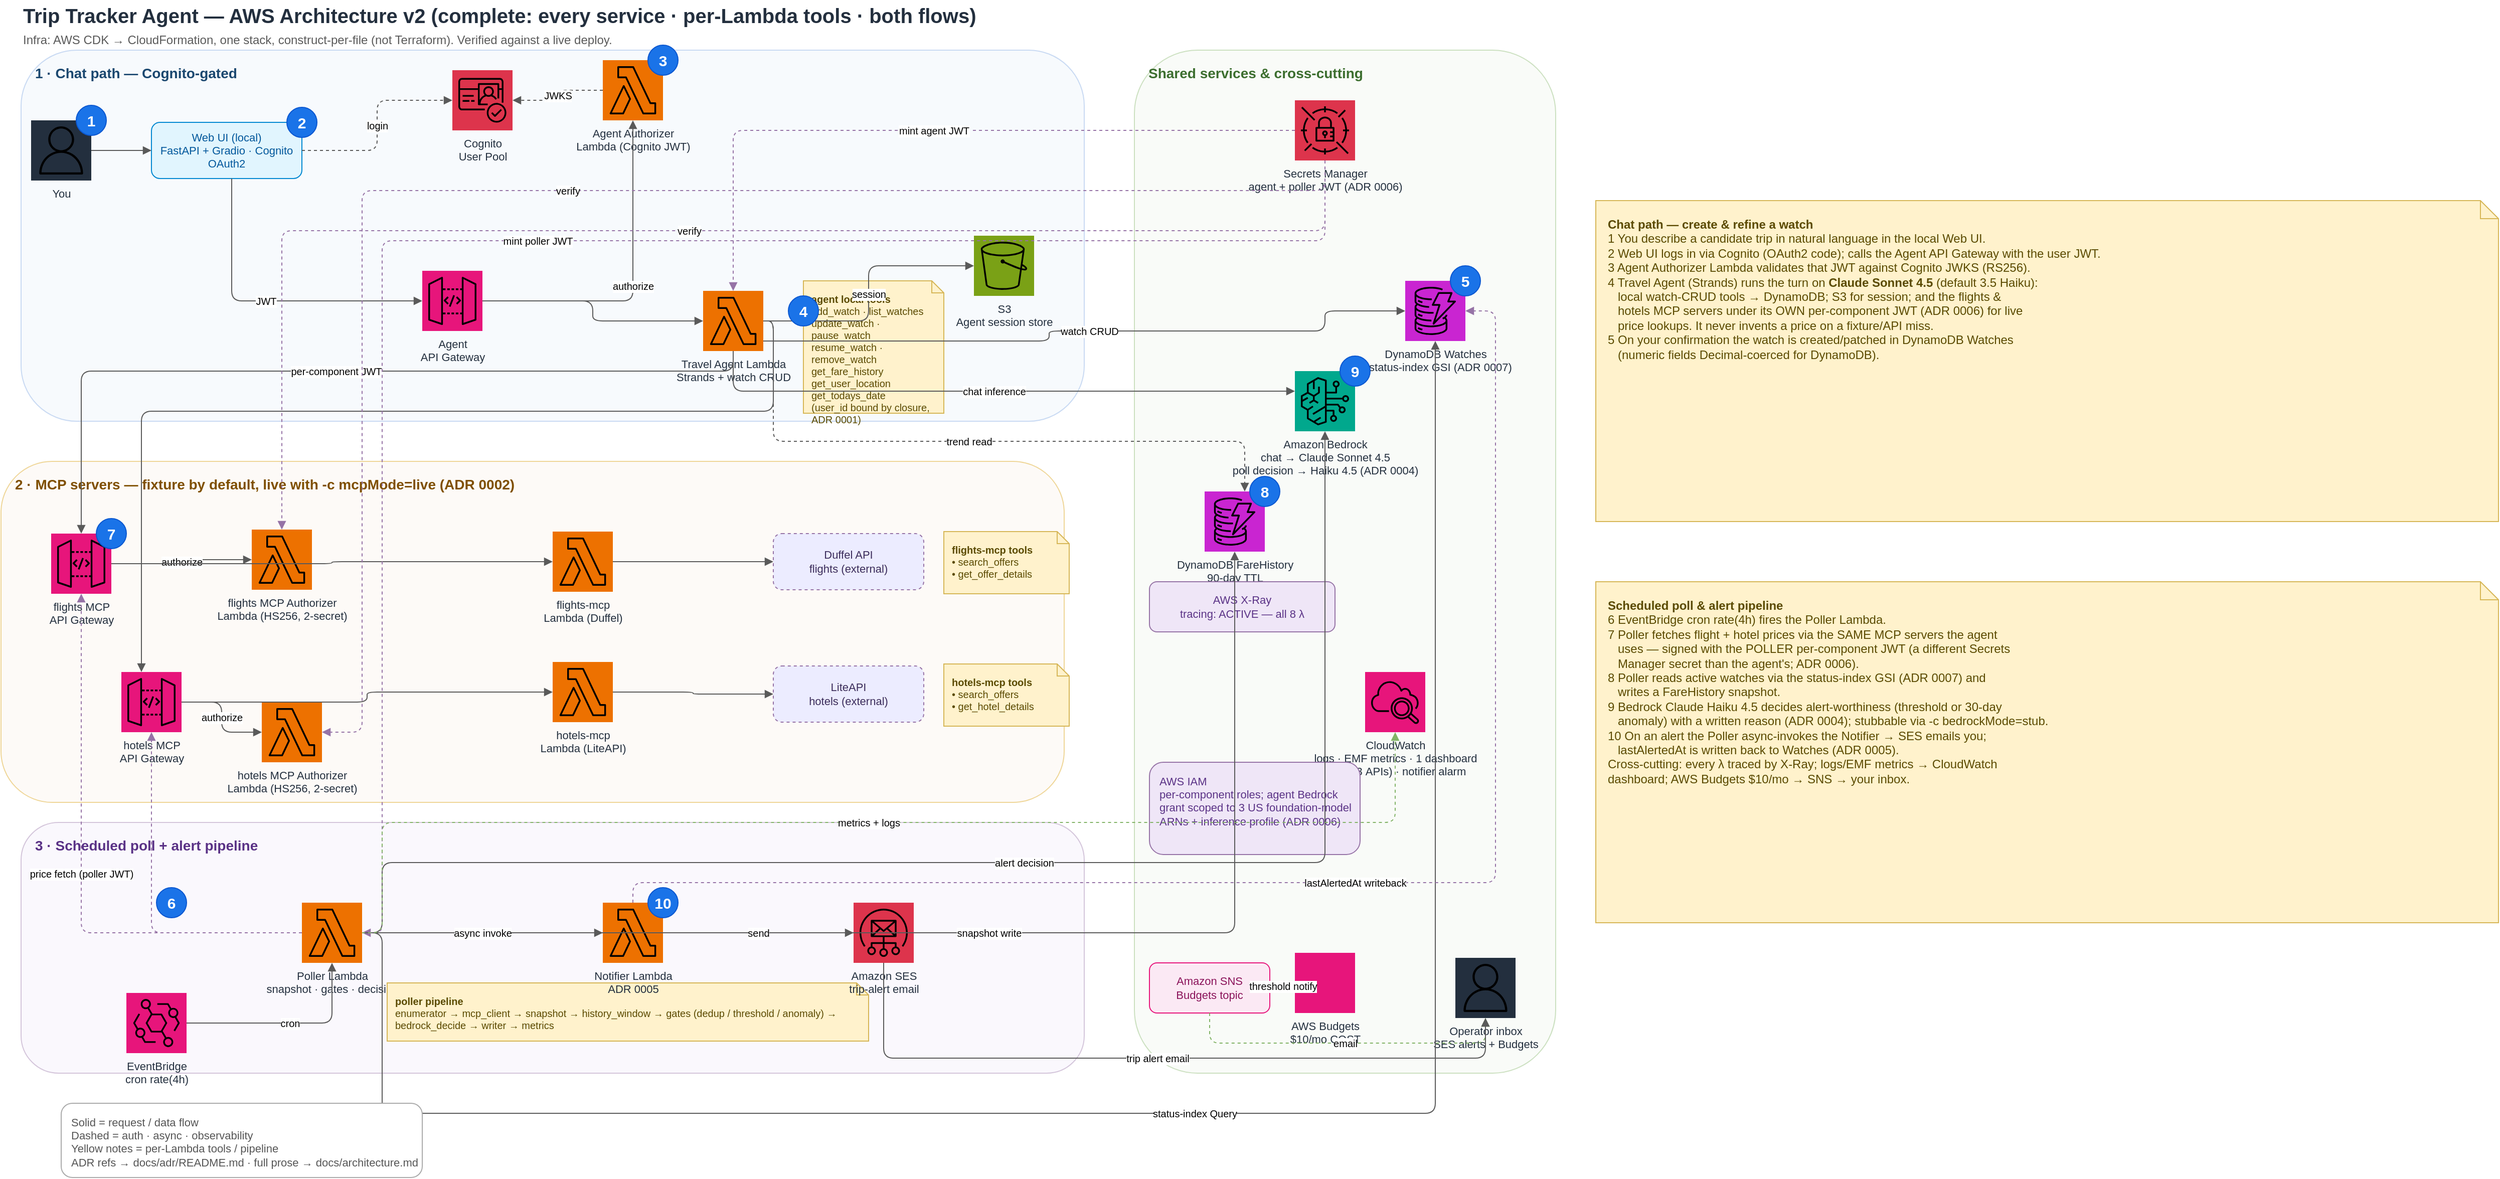
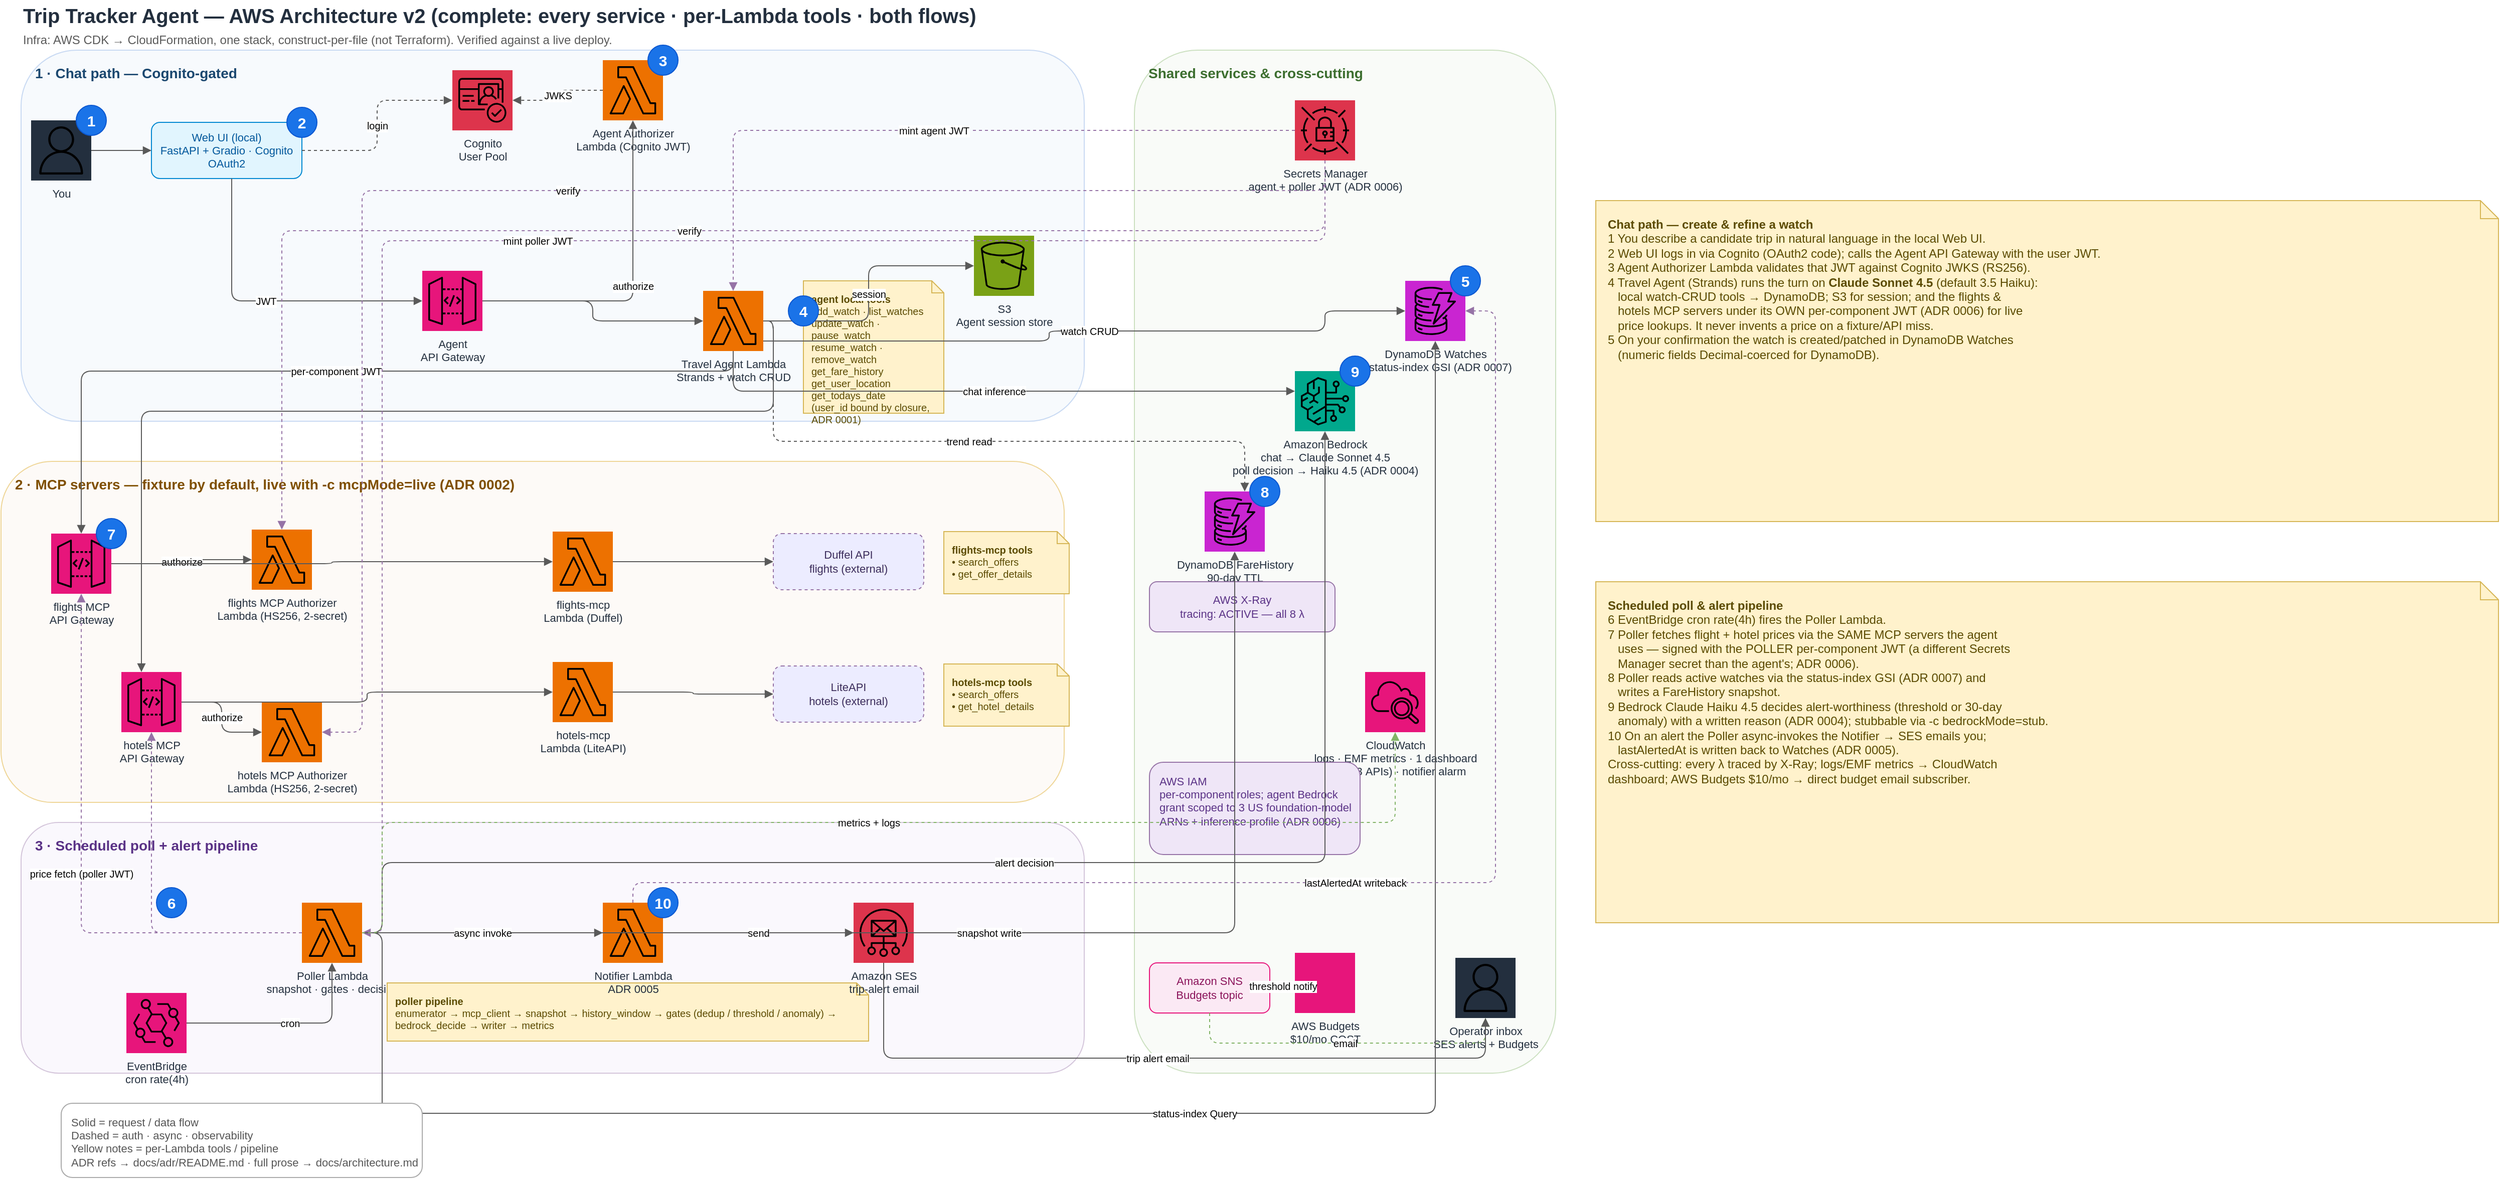
<mxfile host="Electron" agent="trip-tracker docs" version="29.0.3">
  <diagram id="trip-tracker-arch-v2" name="Trip Tracker Architecture v2">
    <mxGraphModel dx="2066" dy="1202" grid="1" gridSize="10" guides="1" tooltips="1" connect="1" arrows="1" fold="1" page="1" pageScale="1" pageWidth="1700" pageHeight="1480" math="0" shadow="0">
      <root>
        <mxCell id="0" />
        <mxCell id="1" parent="0" />
        <mxCell id="title" value="Trip Tracker Agent — AWS Architecture v2 (complete: every service · per-Lambda tools · both flows)" style="text;html=1;align=left;verticalAlign=middle;fontSize=20;fontStyle=1;fontColor=#232F3E;" parent="1" vertex="1">
          <mxGeometry x="40" y="20" width="1300" height="30" as="geometry" />
        </mxCell>
        <mxCell id="iac" value="Infra: AWS CDK → CloudFormation, one stack, construct-per-file (not Terraform). Verified against a live deploy." style="text;html=1;align=left;verticalAlign=middle;fontSize=12;fontColor=#5A5A5A;" parent="1" vertex="1">
          <mxGeometry x="40" y="50" width="1000" height="20" as="geometry" />
        </mxCell>
        <mxCell id="lane_chat" value="1 · Chat path — Cognito-gated" style="rounded=1;whiteSpace=wrap;html=1;fillColor=#EAF3FB;strokeColor=#7EA6E0;verticalAlign=top;align=left;spacingLeft=12;spacingTop=8;fontStyle=1;fontColor=#1A476F;fontSize=14;opacity=40;" parent="1" vertex="1">
          <mxGeometry x="40" y="70" width="1060" height="370" as="geometry" />
        </mxCell>
        <mxCell id="lane_mcp" value="2 · MCP servers — fixture by default, live with -c mcpMode=live (ADR 0002)" style="rounded=1;whiteSpace=wrap;html=1;fillColor=#FBF3EA;strokeColor=#D79B00;verticalAlign=top;align=left;spacingLeft=12;spacingTop=8;fontStyle=1;fontColor=#7F4F00;fontSize=14;opacity=40;" parent="1" vertex="1">
          <mxGeometry x="20" y="480" width="1060" height="340" as="geometry" />
        </mxCell>
        <mxCell id="lane_poll" value="3 · Scheduled poll + alert pipeline" style="rounded=1;whiteSpace=wrap;html=1;fillColor=#F3EEF9;strokeColor=#9673A6;verticalAlign=top;align=left;spacingLeft=12;spacingTop=8;fontStyle=1;fontColor=#5A3286;fontSize=14;opacity=40;" parent="1" vertex="1">
          <mxGeometry x="40" y="840" width="1060" height="250" as="geometry" />
        </mxCell>
        <mxCell id="lane_shared" value="Shared services &amp; cross-cutting" style="rounded=1;whiteSpace=wrap;html=1;fillColor=#EFF6EE;strokeColor=#82B366;verticalAlign=top;align=left;spacingLeft=12;spacingTop=8;fontStyle=1;fontColor=#3C6E2F;fontSize=14;opacity=40;" parent="1" vertex="1">
          <mxGeometry x="1150" y="70" width="420" height="1020" as="geometry" />
        </mxCell>
        <mxCell id="user" value="You" style="sketch=0;outlineConnect=0;fontColor=#232F3E;gradientColor=none;fillColor=#232F3E;strokeColor=none;dashed=0;verticalLabelPosition=bottom;verticalAlign=top;align=center;html=1;fontSize=11;aspect=fixed;shape=mxgraph.aws4.resourceIcon;resIcon=mxgraph.aws4.user;" parent="1" vertex="1">
          <mxGeometry x="50" y="140" width="60" height="60" as="geometry" />
        </mxCell>
        <mxCell id="webui" value="Web UI (local)&#xa;FastAPI + Gradio · Cognito OAuth2" style="rounded=1;whiteSpace=wrap;html=1;fillColor=#E1F5FE;strokeColor=#0288D1;fontColor=#01579B;fontSize=11;" parent="1" vertex="1">
          <mxGeometry x="170" y="142" width="150" height="56" as="geometry" />
        </mxCell>
        <mxCell id="cognito" value="Cognito&#xa;User Pool" style="sketch=0;outlineConnect=0;fontColor=#232F3E;gradientColor=none;fillColor=#DD344C;strokeColor=none;dashed=0;verticalLabelPosition=bottom;verticalAlign=top;align=center;html=1;fontSize=11;aspect=fixed;shape=mxgraph.aws4.resourceIcon;resIcon=mxgraph.aws4.cognito;" parent="1" vertex="1">
          <mxGeometry x="470" y="90" width="60" height="60" as="geometry" />
        </mxCell>
        <mxCell id="agentapi" value="Agent&#xa;API Gateway" style="sketch=0;outlineConnect=0;fontColor=#232F3E;gradientColor=none;fillColor=#E7157B;strokeColor=none;dashed=0;verticalLabelPosition=bottom;verticalAlign=top;align=center;html=1;fontSize=11;aspect=fixed;shape=mxgraph.aws4.resourceIcon;resIcon=mxgraph.aws4.api_gateway;" parent="1" vertex="1">
          <mxGeometry x="440" y="290" width="60" height="60" as="geometry" />
        </mxCell>
        <mxCell id="agentauthz" value="Agent Authorizer&#xa;Lambda (Cognito JWT)" style="sketch=0;outlineConnect=0;fontColor=#232F3E;gradientColor=none;fillColor=#ED7100;strokeColor=none;dashed=0;verticalLabelPosition=bottom;verticalAlign=top;align=center;html=1;fontSize=11;aspect=fixed;shape=mxgraph.aws4.resourceIcon;resIcon=mxgraph.aws4.lambda;" parent="1" vertex="1">
          <mxGeometry x="620" y="80" width="60" height="60" as="geometry" />
        </mxCell>
        <mxCell id="agent" value="Travel Agent Lambda&#xa;Strands + watch CRUD" style="sketch=0;outlineConnect=0;fontColor=#232F3E;gradientColor=none;fillColor=#ED7100;strokeColor=none;dashed=0;verticalLabelPosition=bottom;verticalAlign=top;align=center;html=1;fontSize=11;aspect=fixed;shape=mxgraph.aws4.resourceIcon;resIcon=mxgraph.aws4.lambda;" parent="1" vertex="1">
          <mxGeometry x="720" y="310" width="60" height="60" as="geometry" />
        </mxCell>
        <mxCell id="tools_agent" value="&lt;b&gt;agent local tools&lt;/b&gt;&#xa;add_watch · list_watches&#xa;update_watch · pause_watch&#xa;resume_watch · remove_watch&#xa;get_fare_history&#xa;get_user_location&#xa;get_todays_date&#xa;(user_id bound by closure, ADR 0001)" style="shape=note;whiteSpace=wrap;html=1;fillColor=#FFF2CC;strokeColor=#D6B656;align=left;verticalAlign=top;spacing=8;fontSize=10;fontColor=#5A4A00;size=12;" parent="1" vertex="1">
          <mxGeometry x="820" y="300" width="140" height="132" as="geometry" />
        </mxCell>
        <mxCell id="s3" value="S3&#xa;Agent session store" style="sketch=0;outlineConnect=0;fontColor=#232F3E;gradientColor=none;fillColor=#7AA116;strokeColor=none;dashed=0;verticalLabelPosition=bottom;verticalAlign=top;align=center;html=1;fontSize=11;aspect=fixed;shape=mxgraph.aws4.resourceIcon;resIcon=mxgraph.aws4.s3;" parent="1" vertex="1">
          <mxGeometry x="990" y="255" width="60" height="60" as="geometry" />
        </mxCell>
        <mxCell id="fapi" value="flights MCP&#xa;API Gateway" style="sketch=0;outlineConnect=0;fontColor=#232F3E;gradientColor=none;fillColor=#E7157B;strokeColor=none;dashed=0;verticalLabelPosition=bottom;verticalAlign=top;align=center;html=1;fontSize=11;aspect=fixed;shape=mxgraph.aws4.resourceIcon;resIcon=mxgraph.aws4.api_gateway;" parent="1" vertex="1">
          <mxGeometry x="70" y="552" width="60" height="60" as="geometry" />
        </mxCell>
        <mxCell id="fauthz" value="flights MCP Authorizer&#xa;Lambda (HS256, 2-secret)" style="sketch=0;outlineConnect=0;fontColor=#232F3E;gradientColor=none;fillColor=#ED7100;strokeColor=none;dashed=0;verticalLabelPosition=bottom;verticalAlign=top;align=center;html=1;fontSize=11;aspect=fixed;shape=mxgraph.aws4.resourceIcon;resIcon=mxgraph.aws4.lambda;" parent="1" vertex="1">
          <mxGeometry x="270" y="548" width="60" height="60" as="geometry" />
        </mxCell>
        <mxCell id="fmcp" value="flights-mcp&#xa;Lambda (Duffel)" style="sketch=0;outlineConnect=0;fontColor=#232F3E;gradientColor=none;fillColor=#ED7100;strokeColor=none;dashed=0;verticalLabelPosition=bottom;verticalAlign=top;align=center;html=1;fontSize=11;aspect=fixed;shape=mxgraph.aws4.resourceIcon;resIcon=mxgraph.aws4.lambda;" parent="1" vertex="1">
          <mxGeometry x="570" y="550" width="60" height="60" as="geometry" />
        </mxCell>
        <mxCell id="duffel" value="Duffel API&#xa;flights (external)" style="rounded=1;whiteSpace=wrap;html=1;fillColor=#ECECFF;strokeColor=#9673A6;fontColor=#3B2C5A;dashed=1;fontSize=11;" parent="1" vertex="1">
          <mxGeometry x="790" y="552" width="150" height="56" as="geometry" />
        </mxCell>
        <mxCell id="tools_flights" value="&lt;b&gt;flights-mcp tools&lt;/b&gt;&#xa;• search_offers&#xa;• get_offer_details" style="shape=note;whiteSpace=wrap;html=1;fillColor=#FFF2CC;strokeColor=#D6B656;align=left;verticalAlign=top;spacing=8;fontSize=10;fontColor=#5A4A00;size=12;" parent="1" vertex="1">
          <mxGeometry x="960" y="550" width="125" height="62" as="geometry" />
        </mxCell>
        <mxCell id="hapi" value="hotels MCP&#xa;API Gateway" style="sketch=0;outlineConnect=0;fontColor=#232F3E;gradientColor=none;fillColor=#E7157B;strokeColor=none;dashed=0;verticalLabelPosition=bottom;verticalAlign=top;align=center;html=1;fontSize=11;aspect=fixed;shape=mxgraph.aws4.resourceIcon;resIcon=mxgraph.aws4.api_gateway;" parent="1" vertex="1">
          <mxGeometry x="140" y="690" width="60" height="60" as="geometry" />
        </mxCell>
        <mxCell id="hauthz" value="hotels MCP Authorizer&#xa;Lambda (HS256, 2-secret)" style="sketch=0;outlineConnect=0;fontColor=#232F3E;gradientColor=none;fillColor=#ED7100;strokeColor=none;dashed=0;verticalLabelPosition=bottom;verticalAlign=top;align=center;html=1;fontSize=11;aspect=fixed;shape=mxgraph.aws4.resourceIcon;resIcon=mxgraph.aws4.lambda;" parent="1" vertex="1">
          <mxGeometry x="280" y="720" width="60" height="60" as="geometry" />
        </mxCell>
        <mxCell id="hmcp" value="hotels-mcp&#xa;Lambda (LiteAPI)" style="sketch=0;outlineConnect=0;fontColor=#232F3E;gradientColor=none;fillColor=#ED7100;strokeColor=none;dashed=0;verticalLabelPosition=bottom;verticalAlign=top;align=center;html=1;fontSize=11;aspect=fixed;shape=mxgraph.aws4.resourceIcon;resIcon=mxgraph.aws4.lambda;" parent="1" vertex="1">
          <mxGeometry x="570" y="680" width="60" height="60" as="geometry" />
        </mxCell>
        <mxCell id="liteapi" value="LiteAPI&#xa;hotels (external)" style="rounded=1;whiteSpace=wrap;html=1;fillColor=#ECECFF;strokeColor=#9673A6;fontColor=#3B2C5A;dashed=1;fontSize=11;" parent="1" vertex="1">
          <mxGeometry x="790" y="684" width="150" height="56" as="geometry" />
        </mxCell>
        <mxCell id="tools_hotels" value="&lt;b&gt;hotels-mcp tools&lt;/b&gt;&#xa;• search_offers&#xa;• get_hotel_details" style="shape=note;whiteSpace=wrap;html=1;fillColor=#FFF2CC;strokeColor=#D6B656;align=left;verticalAlign=top;spacing=8;fontSize=10;fontColor=#5A4A00;size=12;" parent="1" vertex="1">
          <mxGeometry x="960" y="682" width="125" height="62" as="geometry" />
        </mxCell>
        <mxCell id="eventbridge" value="EventBridge&#xa;cron rate(4h)" style="sketch=0;outlineConnect=0;fontColor=#232F3E;gradientColor=none;fillColor=#E7157B;strokeColor=none;dashed=0;verticalLabelPosition=bottom;verticalAlign=top;align=center;html=1;fontSize=11;aspect=fixed;shape=mxgraph.aws4.resourceIcon;resIcon=mxgraph.aws4.eventbridge;" parent="1" vertex="1">
          <mxGeometry x="145" y="1010" width="60" height="60" as="geometry" />
        </mxCell>
        <mxCell id="poller" value="Poller Lambda&#xa;snapshot · gates · decision" style="sketch=0;outlineConnect=0;fontColor=#232F3E;gradientColor=none;fillColor=#ED7100;strokeColor=none;dashed=0;verticalLabelPosition=bottom;verticalAlign=top;align=center;html=1;fontSize=11;aspect=fixed;shape=mxgraph.aws4.resourceIcon;resIcon=mxgraph.aws4.lambda;" parent="1" vertex="1">
          <mxGeometry x="320" y="920" width="60" height="60" as="geometry" />
        </mxCell>
        <mxCell id="tools_poller" value="&lt;b&gt;poller pipeline&lt;/b&gt;&#xa;enumerator → mcp_client → snapshot → history_window → gates (dedup / threshold / anomaly) → bedrock_decide → writer → metrics" style="shape=note;whiteSpace=wrap;html=1;fillColor=#FFF2CC;strokeColor=#D6B656;align=left;verticalAlign=top;spacing=8;fontSize=10;fontColor=#5A4A00;size=12;" parent="1" vertex="1">
          <mxGeometry x="405" y="1000" width="480" height="58" as="geometry" />
        </mxCell>
        <mxCell id="notifier" value="Notifier Lambda&#xa;ADR 0005" style="sketch=0;outlineConnect=0;fontColor=#232F3E;gradientColor=none;fillColor=#ED7100;strokeColor=none;dashed=0;verticalLabelPosition=bottom;verticalAlign=top;align=center;html=1;fontSize=11;aspect=fixed;shape=mxgraph.aws4.resourceIcon;resIcon=mxgraph.aws4.lambda;" parent="1" vertex="1">
          <mxGeometry x="620" y="920" width="60" height="60" as="geometry" />
        </mxCell>
        <mxCell id="ses" value="Amazon SES&#xa;trip-alert email" style="sketch=0;outlineConnect=0;fontColor=#232F3E;gradientColor=none;fillColor=#DD344C;strokeColor=none;dashed=0;verticalLabelPosition=bottom;verticalAlign=top;align=center;html=1;fontSize=11;aspect=fixed;shape=mxgraph.aws4.resourceIcon;resIcon=mxgraph.aws4.simple_email_service;" parent="1" vertex="1">
          <mxGeometry x="870" y="920" width="60" height="60" as="geometry" />
        </mxCell>
        <mxCell id="secrets" value="Secrets Manager&#xa;agent + poller JWT (ADR 0006)" style="sketch=0;outlineConnect=0;fontColor=#232F3E;gradientColor=none;fillColor=#DD344C;strokeColor=none;dashed=0;verticalLabelPosition=bottom;verticalAlign=top;align=center;html=1;fontSize=11;aspect=fixed;shape=mxgraph.aws4.resourceIcon;resIcon=mxgraph.aws4.secrets_manager;" parent="1" vertex="1">
          <mxGeometry x="1310" y="120" width="60" height="60" as="geometry" />
        </mxCell>
        <mxCell id="ddbw" value="DynamoDB Watches&#xa;+ status-index GSI (ADR 0007)" style="sketch=0;outlineConnect=0;fontColor=#232F3E;gradientColor=none;fillColor=#C925D1;strokeColor=none;dashed=0;verticalLabelPosition=bottom;verticalAlign=top;align=center;html=1;fontSize=11;aspect=fixed;shape=mxgraph.aws4.resourceIcon;resIcon=mxgraph.aws4.dynamodb;" parent="1" vertex="1">
          <mxGeometry x="1420" y="300" width="60" height="60" as="geometry" />
        </mxCell>
        <mxCell id="ddbf" value="DynamoDB FareHistory&#xa;90-day TTL" style="sketch=0;outlineConnect=0;fontColor=#232F3E;gradientColor=none;fillColor=#C925D1;strokeColor=none;dashed=0;verticalLabelPosition=bottom;verticalAlign=top;align=center;html=1;fontSize=11;aspect=fixed;shape=mxgraph.aws4.resourceIcon;resIcon=mxgraph.aws4.dynamodb;" parent="1" vertex="1">
          <mxGeometry x="1220" y="510" width="60" height="60" as="geometry" />
        </mxCell>
        <mxCell id="bedrock" value="Amazon Bedrock&#xa;chat → Claude Sonnet 4.5&#xa;poll decision → Haiku 4.5 (ADR 0004)" style="sketch=0;outlineConnect=0;fontColor=#232F3E;gradientColor=none;fillColor=#01A88D;strokeColor=none;dashed=0;verticalLabelPosition=bottom;verticalAlign=top;align=center;html=1;fontSize=11;aspect=fixed;shape=mxgraph.aws4.resourceIcon;resIcon=mxgraph.aws4.bedrock;" parent="1" vertex="1">
          <mxGeometry x="1310" y="390" width="60" height="60" as="geometry" />
        </mxCell>
        <mxCell id="cw" value="CloudWatch&#xa;logs · EMF metrics · 1 dashboard&#xa;(8 λ + 3 APIs) · notifier alarm" style="sketch=0;outlineConnect=0;fontColor=#232F3E;gradientColor=none;fillColor=#E7157B;strokeColor=none;dashed=0;verticalLabelPosition=bottom;verticalAlign=top;align=center;html=1;fontSize=11;aspect=fixed;shape=mxgraph.aws4.resourceIcon;resIcon=mxgraph.aws4.cloudwatch_2;" parent="1" vertex="1">
          <mxGeometry x="1380" y="690" width="60" height="60" as="geometry" />
        </mxCell>
        <mxCell id="xray" value="AWS X-Ray&#xa;tracing: ACTIVE — all 8 λ" style="rounded=1;whiteSpace=wrap;html=1;fillColor=#EFE6F7;strokeColor=#9673A6;fontColor=#5A3286;fontSize=11;" parent="1" vertex="1">
          <mxGeometry x="1165" y="600" width="185" height="50" as="geometry" />
        </mxCell>
        <mxCell id="iam" value="AWS IAM&#xa;per-component roles; agent Bedrock grant scoped to 3 US foundation-model ARNs + inference profile (ADR 0006)" style="rounded=1;whiteSpace=wrap;html=1;fillColor=#EFE6F7;strokeColor=#9673A6;fontColor=#5A3286;fontSize=11;align=left;spacingLeft=8;verticalAlign=top;spacingTop=6;" parent="1" vertex="1">
          <mxGeometry x="1165" y="780" width="210" height="92" as="geometry" />
        </mxCell>
        <mxCell id="budget" value="AWS Budgets&#xa;$10/mo COST" style="sketch=0;outlineConnect=0;fontColor=#232F3E;gradientColor=none;fillColor=#E7157B;strokeColor=none;dashed=0;verticalLabelPosition=bottom;verticalAlign=top;align=center;html=1;fontSize=11;aspect=fixed;shape=mxgraph.aws4.resourceIcon;resIcon=mxgraph.aws4.aws_budgets;" parent="1" vertex="1">
          <mxGeometry x="1310" y="970" width="60" height="60" as="geometry" />
        </mxCell>
        <mxCell id="sns" value="Amazon SNS&#xa;Budgets topic" style="rounded=1;whiteSpace=wrap;html=1;fillColor=#FBE9F4;strokeColor=#E7157B;fontColor=#8A1259;fontSize=11;" parent="1" vertex="1">
          <mxGeometry x="1165" y="980" width="120" height="50" as="geometry" />
        </mxCell>
        <mxCell id="inbox" value="Operator inbox&#xa;SES alerts + Budgets" style="sketch=0;outlineConnect=0;fontColor=#232F3E;gradientColor=none;fillColor=#232F3E;strokeColor=none;dashed=0;verticalLabelPosition=bottom;verticalAlign=top;align=center;html=1;fontSize=11;aspect=fixed;shape=mxgraph.aws4.resourceIcon;resIcon=mxgraph.aws4.user;" parent="1" vertex="1">
          <mxGeometry x="1470" y="975" width="60" height="60" as="geometry" />
        </mxCell>
        <mxCell id="e1" style="edgeStyle=orthogonalEdgeStyle;rounded=1;html=1;endArrow=block;strokeColor=#5A5A5A;" parent="1" source="user" target="webui" edge="1">
          <mxGeometry relative="1" as="geometry" />
        </mxCell>
        <mxCell id="e2" value="login" style="edgeStyle=orthogonalEdgeStyle;rounded=1;html=1;endArrow=block;dashed=1;fontSize=10;strokeColor=#5A5A5A;" parent="1" source="webui" target="cognito" edge="1">
          <mxGeometry relative="1" as="geometry" />
        </mxCell>
        <mxCell id="e3" value="JWT" style="edgeStyle=orthogonalEdgeStyle;rounded=1;html=1;endArrow=block;fontSize=10;strokeColor=#5A5A5A;" parent="1" source="webui" target="agentapi" edge="1">
          <mxGeometry relative="1" as="geometry">
            <Array as="points">
              <mxPoint x="250" y="320" />
            </Array>
          </mxGeometry>
        </mxCell>
        <mxCell id="e4" value="authorize" style="edgeStyle=orthogonalEdgeStyle;rounded=1;html=1;endArrow=block;fontSize=10;strokeColor=#5A5A5A;" parent="1" source="agentapi" target="agentauthz" edge="1">
          <mxGeometry relative="1" as="geometry" />
        </mxCell>
        <mxCell id="e5" value="JWKS" style="edgeStyle=orthogonalEdgeStyle;rounded=1;html=1;endArrow=block;dashed=1;fontSize=10;strokeColor=#5A5A5A;" parent="1" source="agentauthz" target="cognito" edge="1">
          <mxGeometry relative="1" as="geometry" />
        </mxCell>
        <mxCell id="e6" style="edgeStyle=orthogonalEdgeStyle;rounded=1;html=1;endArrow=block;strokeColor=#5A5A5A;" parent="1" source="agentapi" target="agent" edge="1">
          <mxGeometry relative="1" as="geometry" />
        </mxCell>
        <mxCell id="e7" value="chat inference" style="edgeStyle=orthogonalEdgeStyle;rounded=1;html=1;endArrow=block;fontSize=10;strokeColor=#5A5A5A;" parent="1" source="agent" target="bedrock" edge="1">
          <mxGeometry relative="1" as="geometry">
            <Array as="points">
              <mxPoint x="790" y="410" />
              <mxPoint x="1340" y="410" />
            </Array>
          </mxGeometry>
        </mxCell>
        <mxCell id="e8" value="session" style="edgeStyle=orthogonalEdgeStyle;rounded=1;html=1;endArrow=block;fontSize=10;strokeColor=#5A5A5A;" parent="1" source="agent" target="s3" edge="1">
          <mxGeometry relative="1" as="geometry" />
        </mxCell>
        <mxCell id="e9" value="watch CRUD" style="edgeStyle=orthogonalEdgeStyle;rounded=1;html=1;endArrow=block;fontSize=10;strokeColor=#5A5A5A;" parent="1" source="agent" target="ddbw" edge="1">
          <mxGeometry relative="1" as="geometry">
            <Array as="points">
              <mxPoint x="1065" y="360" />
              <mxPoint x="1065" y="350" />
              <mxPoint x="1340" y="350" />
              <mxPoint x="1340" y="330" />
            </Array>
          </mxGeometry>
        </mxCell>
        <mxCell id="e10" value="trend read" style="edgeStyle=orthogonalEdgeStyle;rounded=1;html=1;endArrow=block;dashed=1;fontSize=10;strokeColor=#5A5A5A;" parent="1" source="agent" target="ddbf" edge="1">
          <mxGeometry relative="1" as="geometry">
            <Array as="points">
              <mxPoint x="790" y="460" />
              <mxPoint x="1260" y="460" />
            </Array>
          </mxGeometry>
        </mxCell>
        <mxCell id="e11" value="mint agent JWT" style="edgeStyle=orthogonalEdgeStyle;rounded=1;html=1;endArrow=block;dashed=1;fontSize=10;strokeColor=#9673A6;" parent="1" source="secrets" target="agent" edge="1">
          <mxGeometry relative="1" as="geometry" />
        </mxCell>
        <mxCell id="e12" value="per-component JWT" style="edgeStyle=orthogonalEdgeStyle;rounded=1;html=1;endArrow=block;fontSize=10;strokeColor=#5A5A5A;" parent="1" source="agent" target="fapi" edge="1">
          <mxGeometry relative="1" as="geometry">
            <Array as="points">
              <mxPoint x="100" y="390" />
            </Array>
          </mxGeometry>
        </mxCell>
        <mxCell id="e13" style="edgeStyle=orthogonalEdgeStyle;rounded=1;html=1;endArrow=block;strokeColor=#5A5A5A;" parent="1" source="agent" target="hapi" edge="1">
          <mxGeometry relative="1" as="geometry">
            <Array as="points">
              <mxPoint x="790" y="430" />
              <mxPoint x="160" y="430" />
            </Array>
          </mxGeometry>
        </mxCell>
        <mxCell id="e14" value="authorize" style="edgeStyle=orthogonalEdgeStyle;rounded=1;html=1;endArrow=block;fontSize=10;strokeColor=#5A5A5A;" parent="1" source="fapi" target="fauthz" edge="1">
          <mxGeometry relative="1" as="geometry" />
        </mxCell>
        <mxCell id="e15" style="edgeStyle=orthogonalEdgeStyle;rounded=1;html=1;endArrow=block;strokeColor=#5A5A5A;" parent="1" source="fapi" target="fmcp" edge="1">
          <mxGeometry relative="1" as="geometry" />
        </mxCell>
        <mxCell id="e16" style="edgeStyle=orthogonalEdgeStyle;rounded=1;html=1;endArrow=block;strokeColor=#5A5A5A;" parent="1" source="fmcp" target="duffel" edge="1">
          <mxGeometry relative="1" as="geometry" />
        </mxCell>
        <mxCell id="e17" value="authorize" style="edgeStyle=orthogonalEdgeStyle;rounded=1;html=1;endArrow=block;fontSize=10;strokeColor=#5A5A5A;" parent="1" source="hapi" target="hauthz" edge="1">
          <mxGeometry relative="1" as="geometry" />
        </mxCell>
        <mxCell id="e18" style="edgeStyle=orthogonalEdgeStyle;rounded=1;html=1;endArrow=block;strokeColor=#5A5A5A;" parent="1" source="hapi" target="hmcp" edge="1">
          <mxGeometry relative="1" as="geometry" />
        </mxCell>
        <mxCell id="e19" style="edgeStyle=orthogonalEdgeStyle;rounded=1;html=1;endArrow=block;strokeColor=#5A5A5A;" parent="1" source="hmcp" target="liteapi" edge="1">
          <mxGeometry relative="1" as="geometry" />
        </mxCell>
        <mxCell id="e20" value="verify" style="edgeStyle=orthogonalEdgeStyle;rounded=1;html=1;endArrow=block;dashed=1;fontSize=10;strokeColor=#9673A6;" parent="1" source="secrets" target="fauthz" edge="1">
          <mxGeometry relative="1" as="geometry">
            <Array as="points">
              <mxPoint x="1340" y="250" />
              <mxPoint x="300" y="250" />
            </Array>
          </mxGeometry>
        </mxCell>
        <mxCell id="e21" value="verify" style="edgeStyle=orthogonalEdgeStyle;rounded=1;html=1;endArrow=block;dashed=1;fontSize=10;strokeColor=#9673A6;" parent="1" source="secrets" target="hauthz" edge="1">
          <mxGeometry relative="1" as="geometry">
            <Array as="points">
              <mxPoint x="380" y="210" />
            </Array>
          </mxGeometry>
        </mxCell>
        <mxCell id="e22" value="cron" style="edgeStyle=orthogonalEdgeStyle;rounded=1;html=1;endArrow=block;fontSize=10;strokeColor=#5A5A5A;" parent="1" source="eventbridge" target="poller" edge="1">
          <mxGeometry relative="1" as="geometry" />
        </mxCell>
        <mxCell id="e23" value="price fetch (poller JWT)" style="edgeStyle=orthogonalEdgeStyle;rounded=1;html=1;endArrow=block;dashed=1;fontSize=10;strokeColor=#9673A6;" parent="1" source="poller" target="fapi" edge="1">
          <mxGeometry relative="1" as="geometry" />
        </mxCell>
        <mxCell id="e24" style="edgeStyle=orthogonalEdgeStyle;rounded=1;html=1;endArrow=block;dashed=1;strokeColor=#9673A6;" parent="1" source="poller" target="hapi" edge="1">
          <mxGeometry relative="1" as="geometry" />
        </mxCell>
        <mxCell id="e25" value="status-index Query" style="edgeStyle=orthogonalEdgeStyle;rounded=1;html=1;endArrow=block;fontSize=10;strokeColor=#5A5A5A;" parent="1" source="poller" target="ddbw" edge="1">
          <mxGeometry relative="1" as="geometry">
            <Array as="points">
              <mxPoint x="400" y="1130" />
              <mxPoint x="1450" y="1130" />
            </Array>
          </mxGeometry>
        </mxCell>
        <mxCell id="e26" value="snapshot write" style="edgeStyle=orthogonalEdgeStyle;rounded=1;html=1;endArrow=block;fontSize=10;strokeColor=#5A5A5A;" parent="1" source="poller" target="ddbf" edge="1">
          <mxGeometry relative="1" as="geometry" />
        </mxCell>
        <mxCell id="e27" value="alert decision" style="edgeStyle=orthogonalEdgeStyle;rounded=1;html=1;endArrow=block;fontSize=10;strokeColor=#5A5A5A;" parent="1" source="poller" target="bedrock" edge="1">
          <mxGeometry relative="1" as="geometry">
            <Array as="points">
              <mxPoint x="400" y="880" />
              <mxPoint x="1340" y="880" />
            </Array>
          </mxGeometry>
        </mxCell>
        <mxCell id="e28" value="mint poller JWT" style="edgeStyle=orthogonalEdgeStyle;rounded=1;html=1;endArrow=block;dashed=1;fontSize=10;strokeColor=#9673A6;" parent="1" source="secrets" target="poller" edge="1">
          <mxGeometry relative="1" as="geometry">
            <Array as="points">
              <mxPoint x="1340" y="260" />
              <mxPoint x="400" y="260" />
            </Array>
          </mxGeometry>
        </mxCell>
        <mxCell id="e29" value="async invoke" style="edgeStyle=orthogonalEdgeStyle;rounded=1;html=1;endArrow=block;fontSize=10;strokeColor=#5A5A5A;" parent="1" source="poller" target="notifier" edge="1">
          <mxGeometry relative="1" as="geometry" />
        </mxCell>
        <mxCell id="e30" value="send" style="edgeStyle=orthogonalEdgeStyle;rounded=1;html=1;endArrow=block;fontSize=10;strokeColor=#5A5A5A;" parent="1" source="notifier" target="ses" edge="1">
          <mxGeometry relative="1" as="geometry" />
        </mxCell>
        <mxCell id="e31" value="lastAlertedAt writeback" style="edgeStyle=orthogonalEdgeStyle;rounded=1;html=1;endArrow=block;dashed=1;fontSize=10;strokeColor=#9673A6;" parent="1" source="notifier" target="ddbw" edge="1">
          <mxGeometry relative="1" as="geometry">
            <Array as="points">
              <mxPoint x="650" y="900" />
              <mxPoint x="1510" y="900" />
              <mxPoint x="1510" y="330" />
            </Array>
          </mxGeometry>
        </mxCell>
        <mxCell id="e32" value="metrics + logs" style="edgeStyle=orthogonalEdgeStyle;rounded=1;html=1;endArrow=block;dashed=1;fontSize=10;strokeColor=#82B366;" parent="1" source="poller" target="cw" edge="1">
          <mxGeometry relative="1" as="geometry">
            <Array as="points">
              <mxPoint x="400" y="840" />
              <mxPoint x="1410" y="840" />
            </Array>
          </mxGeometry>
        </mxCell>
        <mxCell id="e33" value="threshold notify" style="edgeStyle=orthogonalEdgeStyle;rounded=1;html=1;endArrow=block;dashed=1;fontSize=10;strokeColor=#82B366;" parent="1" source="budget" target="sns" edge="1">
          <mxGeometry relative="1" as="geometry" />
        </mxCell>
        <mxCell id="e34" value="email" style="edgeStyle=orthogonalEdgeStyle;rounded=1;html=1;endArrow=block;dashed=1;fontSize=10;strokeColor=#82B366;" parent="1" source="sns" target="inbox" edge="1">
          <mxGeometry relative="1" as="geometry">
            <Array as="points">
              <mxPoint x="1225" y="1060" />
              <mxPoint x="1500" y="1060" />
            </Array>
          </mxGeometry>
        </mxCell>
        <mxCell id="e35" value="trip alert email" style="edgeStyle=orthogonalEdgeStyle;rounded=1;html=1;endArrow=block;fontSize=10;strokeColor=#5A5A5A;" parent="1" source="ses" target="inbox" edge="1">
          <mxGeometry relative="1" as="geometry">
            <Array as="points">
              <mxPoint x="900" y="1075" />
              <mxPoint x="1500" y="1075" />
            </Array>
          </mxGeometry>
        </mxCell>
        <mxCell id="legend" value="Solid = request / data flow&#xa;Dashed = auth · async · observability&#xa;Yellow notes = per-Lambda tools / pipeline&#xa;ADR refs → docs/adr/README.md · full prose → docs/architecture.md" style="rounded=1;whiteSpace=wrap;html=1;fillColor=#FFFFFF;strokeColor=#AAAAAA;align=left;verticalAlign=top;fontSize=11;fontColor=#555555;spacingLeft=8;spacingTop=6;" parent="1" vertex="1">
          <mxGeometry x="80" y="1120" width="360" height="74" as="geometry" />
        </mxCell>
        <mxCell id="step1" value="1" style="ellipse;whiteSpace=wrap;html=1;fillColor=#1A73E8;strokeColor=#0B57D0;fontColor=#FFFFFF;fontStyle=1;fontSize=15;" parent="1" vertex="1">
          <mxGeometry x="95" y="125" width="30" height="30" as="geometry" />
        </mxCell>
        <mxCell id="step2" value="2" style="ellipse;whiteSpace=wrap;html=1;fillColor=#1A73E8;strokeColor=#0B57D0;fontColor=#FFFFFF;fontStyle=1;fontSize=15;" parent="1" vertex="1">
          <mxGeometry x="305" y="127" width="30" height="30" as="geometry" />
        </mxCell>
        <mxCell id="step3" value="3" style="ellipse;whiteSpace=wrap;html=1;fillColor=#1A73E8;strokeColor=#0B57D0;fontColor=#FFFFFF;fontStyle=1;fontSize=15;" parent="1" vertex="1">
          <mxGeometry x="665" y="65" width="30" height="30" as="geometry" />
        </mxCell>
        <mxCell id="step4" value="4" style="ellipse;whiteSpace=wrap;html=1;fillColor=#1A73E8;strokeColor=#0B57D0;fontColor=#FFFFFF;fontStyle=1;fontSize=15;" parent="1" vertex="1">
          <mxGeometry x="805" y="315" width="30" height="30" as="geometry" />
        </mxCell>
        <mxCell id="step5" value="5" style="ellipse;whiteSpace=wrap;html=1;fillColor=#1A73E8;strokeColor=#0B57D0;fontColor=#FFFFFF;fontStyle=1;fontSize=15;" parent="1" vertex="1">
          <mxGeometry x="1465" y="285" width="30" height="30" as="geometry" />
        </mxCell>
        <mxCell id="step6" value="6" style="ellipse;whiteSpace=wrap;html=1;fillColor=#1A73E8;strokeColor=#0B57D0;fontColor=#FFFFFF;fontStyle=1;fontSize=15;" parent="1" vertex="1">
          <mxGeometry x="175" y="905" width="30" height="30" as="geometry" />
        </mxCell>
        <mxCell id="step7" value="7" style="ellipse;whiteSpace=wrap;html=1;fillColor=#1A73E8;strokeColor=#0B57D0;fontColor=#FFFFFF;fontStyle=1;fontSize=15;" parent="1" vertex="1">
          <mxGeometry x="115" y="537" width="30" height="30" as="geometry" />
        </mxCell>
        <mxCell id="step8" value="8" style="ellipse;whiteSpace=wrap;html=1;fillColor=#1A73E8;strokeColor=#0B57D0;fontColor=#FFFFFF;fontStyle=1;fontSize=15;" parent="1" vertex="1">
          <mxGeometry x="1265" y="495" width="30" height="30" as="geometry" />
        </mxCell>
        <mxCell id="step9" value="9" style="ellipse;whiteSpace=wrap;html=1;fillColor=#1A73E8;strokeColor=#0B57D0;fontColor=#FFFFFF;fontStyle=1;fontSize=15;" parent="1" vertex="1">
          <mxGeometry x="1355" y="375" width="30" height="30" as="geometry" />
        </mxCell>
        <mxCell id="step10" value="10" style="ellipse;whiteSpace=wrap;html=1;fillColor=#1A73E8;strokeColor=#0B57D0;fontColor=#FFFFFF;fontStyle=1;fontSize=15;" parent="1" vertex="1">
          <mxGeometry x="665" y="905" width="30" height="30" as="geometry" />
        </mxCell>
        <mxCell id="note_chat" value="&lt;b&gt;Chat path — create &amp;amp; refine a watch&lt;/b&gt;&#xa;1  You describe a candidate trip in natural language in the local Web UI.&#xa;2  Web UI logs in via Cognito (OAuth2 code); calls the Agent API Gateway with the user JWT.&#xa;3  Agent Authorizer Lambda validates that JWT against Cognito JWKS (RS256).&#xa;4  Travel Agent (Strands) runs the turn on &lt;b&gt;Claude Sonnet 4.5&lt;/b&gt; (default 3.5 Haiku):&#xa;&#160;&#160;&#160;local watch-CRUD tools → DynamoDB; S3 for session; and the flights &amp;amp;&#xa;&#160;&#160;&#160;hotels MCP servers under its OWN per-component JWT (ADR 0006) for live&#xa;&#160;&#160;&#160;price lookups. It never invents a price on a fixture/API miss.&#xa;5  On your confirmation the watch is created/patched in DynamoDB Watches&#xa;&#160;&#160;&#160;(numeric fields Decimal-coerced for DynamoDB)." style="shape=note;whiteSpace=wrap;html=1;fillColor=#FFF2CC;strokeColor=#D6B656;align=left;verticalAlign=top;spacing=12;fontSize=12;fontColor=#5A4A00;size=18;" parent="1" vertex="1">
          <mxGeometry x="1610" y="220" width="900" height="320" as="geometry" />
        </mxCell>
-         <mxCell id="note_poll" value="&lt;b&gt;Scheduled poll &amp;amp; alert pipeline&lt;/b&gt;&#xa;6  EventBridge cron rate(4h) fires the Poller Lambda.&#xa;7  Poller fetches flight + hotel prices via the SAME MCP servers the agent&#xa;&#160;&#160;&#160;uses — signed with the POLLER per-component JWT (a different Secrets&#xa;&#160;&#160;&#160;Manager secret than the agent's; ADR 0006).&#xa;8  Poller reads active watches via the status-index GSI (ADR 0007) and&#xa;&#160;&#160;&#160;writes a FareHistory snapshot.&#xa;9  Bedrock Claude Haiku 4.5 decides alert-worthiness (threshold or 30-day&#xa;&#160;&#160;&#160;anomaly) with a written reason (ADR 0004); stubbable via -c bedrockMode=stub.&#xa;10 On an alert the Poller async-invokes the Notifier → SES emails you;&#xa;&#160;&#160;&#160;lastAlertedAt is written back to Watches (ADR 0005).&#xa;Cross-cutting: every λ traced by X-Ray; logs/EMF metrics → CloudWatch&#xa;dashboard; AWS Budgets $10/mo → SNS → your inbox." style="shape=note;whiteSpace=wrap;html=1;fillColor=#FFF2CC;strokeColor=#D6B656;align=left;verticalAlign=top;spacing=12;fontSize=12;fontColor=#5A4A00;size=18;" parent="1" vertex="1">
+         <mxCell id="note_poll" value="&lt;b&gt;Scheduled poll &amp;amp; alert pipeline&lt;/b&gt;&#xa;6  EventBridge cron rate(4h) fires the Poller Lambda.&#xa;7  Poller fetches flight + hotel prices via the SAME MCP servers the agent&#xa;&#160;&#160;&#160;uses — signed with the POLLER per-component JWT (a different Secrets&#xa;&#160;&#160;&#160;Manager secret than the agent's; ADR 0006).&#xa;8  Poller reads active watches via the status-index GSI (ADR 0007) and&#xa;&#160;&#160;&#160;writes a FareHistory snapshot.&#xa;9  Bedrock Claude Haiku 4.5 decides alert-worthiness (threshold or 30-day&#xa;&#160;&#160;&#160;anomaly) with a written reason (ADR 0004); stubbable via -c bedrockMode=stub.&#xa;10 On an alert the Poller async-invokes the Notifier → SES emails you;&#xa;&#160;&#160;&#160;lastAlertedAt is written back to Watches (ADR 0005).&#xa;Cross-cutting: every λ traced by X-Ray; logs/EMF metrics → CloudWatch&#xa;dashboard; AWS Budgets $10/mo → direct budget email subscriber." style="shape=note;whiteSpace=wrap;html=1;fillColor=#FFF2CC;strokeColor=#D6B656;align=left;verticalAlign=top;spacing=12;fontSize=12;fontColor=#5A4A00;size=18;" parent="1" vertex="1">
          <mxGeometry x="1610" y="600" width="900" height="340" as="geometry" />
        </mxCell>
      </root>
    </mxGraphModel>
  </diagram>
</mxfile>
